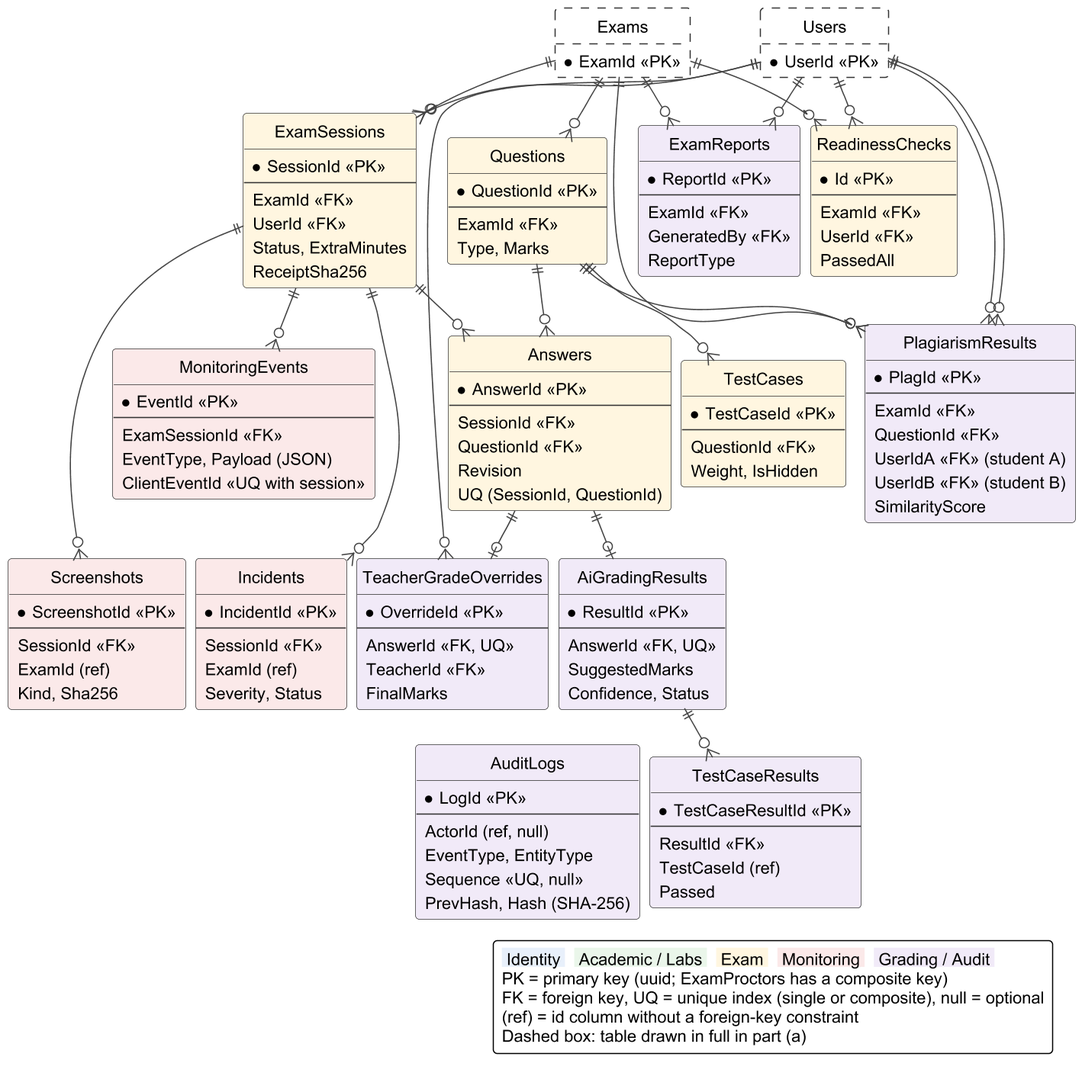
This is important docs/fyp_doc_3chatp/Figures/erd_diagram_b.png from Haiderali27-hub/AI-Lab-Monitoring-, a PlantUML export, as it was before one commit. The source it was exported from:
```plantuml
@startuml
!include style.iuml
hide circle
hide empty methods
skinparam nodesep 8
skinparam ranksep 30
hide stereotype
skinparam class {
  FontSize 14
  AttributeFontSize 14
}
skinparam entity {
  FontSize 14
  AttributeFontSize 14
}
skinparam ArrowColor #444444
skinparam ArrowFontSize 14

entity AuditLogs <<Gr>> #F1EAF8 {
  * LogId <<PK>>
  --
  ActorId (ref, null)
  EventType, EntityType
  Sequence <<UQ, null>>
  PrevHash, Hash (SHA-256)
}
entity Questions <<Ex>> #FFF6E0 {
  * QuestionId <<PK>>
  --
  ExamId <<FK>>
  Type, Marks
}
entity TestCases <<Ex>> #FFF6E0 {
  * TestCaseId <<PK>>
  --
  QuestionId <<FK>>
  Weight, IsHidden
}
entity ReadinessChecks <<Ex>> #FFF6E0 {
  * Id <<PK>>
  --
  ExamId <<FK>>
  UserId <<FK>>
  PassedAll
}
entity ExamSessions <<Ex>> #FFF6E0 {
  * SessionId <<PK>>
  --
  ExamId <<FK>>
  UserId <<FK>>
  Status, ExtraMinutes
  ReceiptSha256
}
entity Answers <<Ex>> #FFF6E0 {
  * AnswerId <<PK>>
  --
  SessionId <<FK>>
  QuestionId <<FK>>
  Revision
  UQ (SessionId, QuestionId)
}
entity MonitoringEvents <<Mo>> #FBE9E9 {
  * EventId <<PK>>
  --
  ExamSessionId <<FK>>
  EventType, Payload (JSON)
  ClientEventId <<UQ with session>>
}
entity Screenshots <<Mo>> #FBE9E9 {
  * ScreenshotId <<PK>>
  --
  SessionId <<FK>>
  ExamId (ref)
  Kind, Sha256
}
entity Incidents <<Mo>> #FBE9E9 {
  * IncidentId <<PK>>
  --
  SessionId <<FK>>
  ExamId (ref)
  Severity, Status
}
entity AiGradingResults <<Gr>> #F1EAF8 {
  * ResultId <<PK>>
  --
  AnswerId <<FK, UQ>>
  SuggestedMarks
  Confidence, Status
}
entity TestCaseResults <<Gr>> #F1EAF8 {
  * TestCaseResultId <<PK>>
  --
  ResultId <<FK>>
  TestCaseId (ref)
  Passed
}
entity TeacherGradeOverrides <<Gr>> #F1EAF8 {
  * OverrideId <<PK>>
  --
  AnswerId <<FK, UQ>>
  TeacherId <<FK>>
  FinalMarks
}
entity PlagiarismResults <<Gr>> #F1EAF8 {
  * PlagId <<PK>>
  --
  ExamId <<FK>>
  QuestionId <<FK>>
  UserIdA <<FK>> (student A)
  UserIdB <<FK>> (student B)
  SimilarityScore
}
entity ExamReports <<Gr>> #F1EAF8 {
  * ReportId <<PK>>
  --
  ExamId <<FK>>
  GeneratedBy <<FK>>
  ReportType
}
entity Users #FFFFFF ##[dashed] {
  * UserId <<PK>>
}
entity Exams #FFFFFF ##[dashed] {
  * ExamId <<PK>>
}

Exams ||--o{ Questions
Questions ||--o{ TestCases
Exams ||--o{ ReadinessChecks
Users ||--o{ ReadinessChecks
Exams ||--o{ ExamSessions
Users ||--o{ ExamSessions
ExamSessions ||--o{ Answers
Questions ||--o{ Answers
ExamSessions ||--o{ MonitoringEvents
ExamSessions ||--o{ Screenshots
ExamSessions ||--o{ Incidents
Answers ||--o| AiGradingResults
AiGradingResults ||--o{ TestCaseResults
Answers ||--o| TeacherGradeOverrides
Users ||--o{ TeacherGradeOverrides
Exams ||--o{ PlagiarismResults
Questions ||--o{ PlagiarismResults
Users ||--o{ PlagiarismResults
Users ||--o{ PlagiarismResults
Exams ||--o{ ExamReports
Users ||--o{ ExamReports
AiGradingResults -[hidden]down- AuditLogs
MonitoringEvents -[hidden]down- Screenshots
MonitoringEvents -[hidden]down- Incidents

skinparam legendFontSize 14
legend bottom right
  <back:#E8F0FB> Identity </back>  <back:#EAF6EA> Academic / Labs </back>  <back:#FFF6E0> Exam </back>  <back:#FBE9E9> Monitoring </back>  <back:#F1EAF8> Grading / Audit </back>
  PK = primary key (uuid; ExamProctors has a composite key)
  FK = foreign key, UQ = unique index (single or composite), null = optional
  (ref) = id column without a foreign-key constraint
  Dashed box: table drawn in full in part (a)
endlegend
@enduml
```
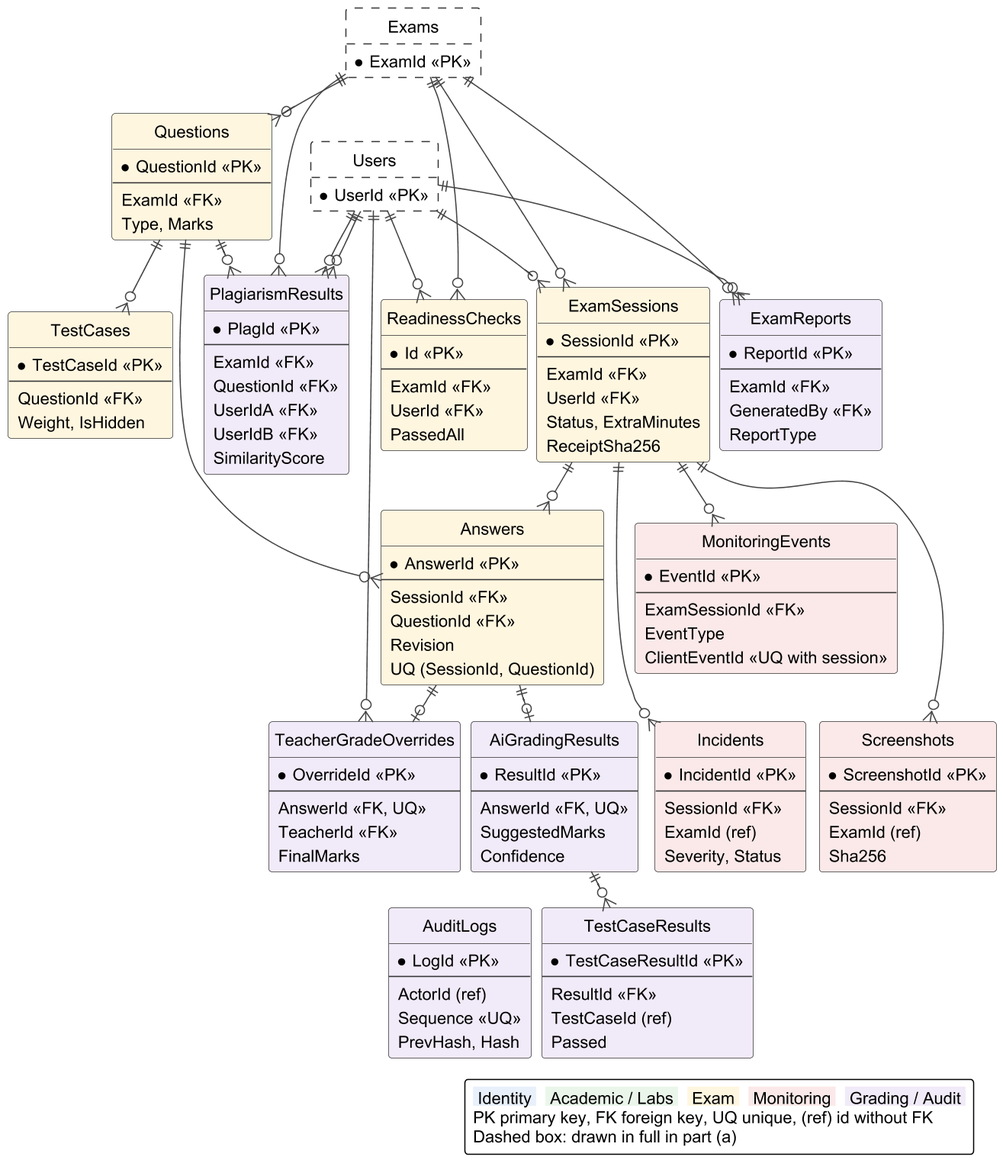
The same diagram one commit later.

The edit, as a diff of the source:
```diff
@@ -19,10 +19,9 @@
 entity AuditLogs <<Gr>> #F1EAF8 {
   * LogId <<PK>>
   --
-  ActorId (ref, null)
-  EventType, EntityType
-  Sequence <<UQ, null>>
-  PrevHash, Hash (SHA-256)
+  ActorId (ref)
+  Sequence <<UQ>>
+  PrevHash, Hash
 }
 entity Questions <<Ex>> #FFF6E0 {
   * QuestionId <<PK>>
@@ -63,7 +62,7 @@
   * EventId <<PK>>
   --
   ExamSessionId <<FK>>
-  EventType, Payload (JSON)
+  EventType
   ClientEventId <<UQ with session>>
 }
 entity Screenshots <<Mo>> #FBE9E9 {
@@ -71,7 +70,7 @@
   --
   SessionId <<FK>>
   ExamId (ref)
-  Kind, Sha256
+  Sha256
 }
 entity Incidents <<Mo>> #FBE9E9 {
   * IncidentId <<PK>>
@@ -85,7 +84,7 @@
   --
   AnswerId <<FK, UQ>>
   SuggestedMarks
-  Confidence, Status
+  Confidence
 }
 entity TestCaseResults <<Gr>> #F1EAF8 {
   * TestCaseResultId <<PK>>
@@ -106,8 +105,8 @@
   --
   ExamId <<FK>>
   QuestionId <<FK>>
-  UserIdA <<FK>> (student A)
-  UserIdB <<FK>> (student B)
+  UserIdA <<FK>>
+  UserIdB <<FK>>
   SimilarityScore
 }
 entity ExamReports <<Gr>> #F1EAF8 {
@@ -146,15 +145,14 @@
 Exams ||--o{ ExamReports
 Users ||--o{ ExamReports
 AiGradingResults -[hidden]down- AuditLogs
+Exams -[hidden]down- Users
 MonitoringEvents -[hidden]down- Screenshots
 MonitoringEvents -[hidden]down- Incidents
 
 skinparam legendFontSize 14
 legend bottom right
   <back:#E8F0FB> Identity </back>  <back:#EAF6EA> Academic / Labs </back>  <back:#FFF6E0> Exam </back>  <back:#FBE9E9> Monitoring </back>  <back:#F1EAF8> Grading / Audit </back>
-  PK = primary key (uuid; ExamProctors has a composite key)
-  FK = foreign key, UQ = unique index (single or composite), null = optional
-  (ref) = id column without a foreign-key constraint
-  Dashed box: table drawn in full in part (a)
+  PK primary key, FK foreign key, UQ unique, (ref) id without FK
+  Dashed box: drawn in full in part (a)
 endlegend
 @enduml
```
